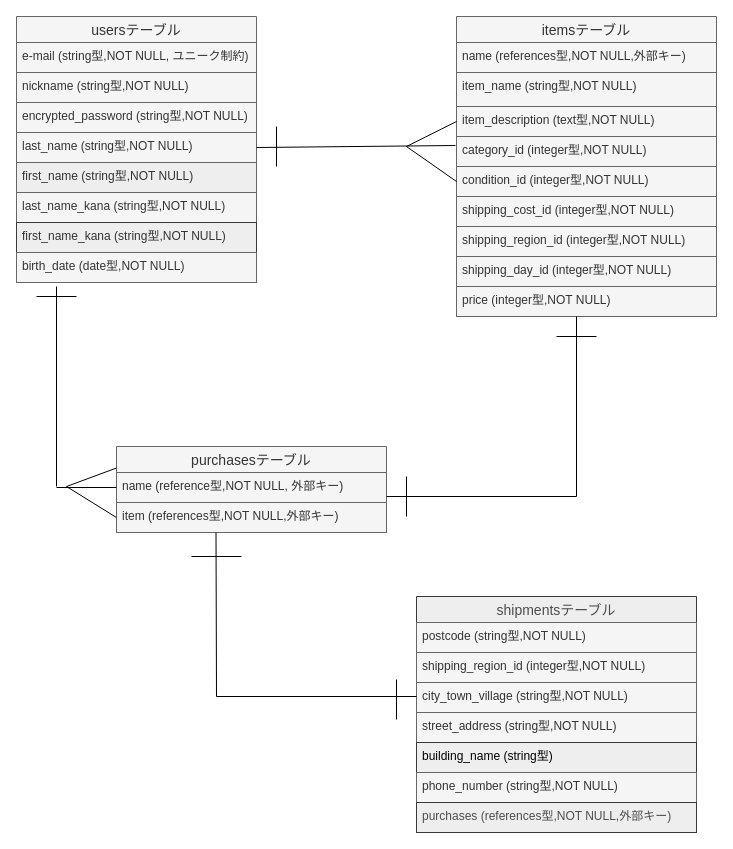
Above: er.dio in BR9-2020/furima-39597 (draw.io), before the change. Source tidied: cells renumbered, new cells numbered last; positions are measured from the earlier drawing's top-left corner, leaving out a move shared by most shapes. Both pictures are drawn from the tidied source at 100%, with x=0, y=0 at pixel (16, 16).
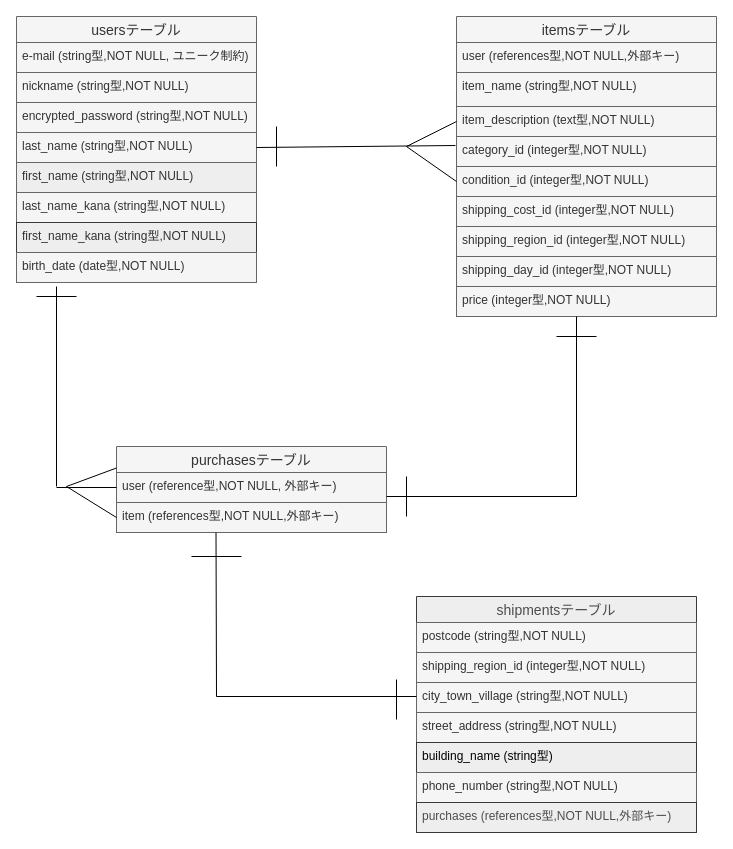
The same page after the edit.

The change refers to these unchanged cells:
```xml
<mxCell id="11" value="itemsテーブル" style="swimlane;fontStyle=0;horizontal=1;startSize=26;align=center;fontSize=14;fillColor=#f5f5f5;fontColor=#333333;strokeColor=#666666;" parent="1" vertex="1">
  <mxGeometry x="440" width="260" height="300" as="geometry" />
</mxCell>
<mxCell id="21" value="purchasesテーブル" style="swimlane;fontStyle=0;horizontal=1;startSize=26;align=center;fontSize=14;fillColor=#f5f5f5;fontColor=#333333;strokeColor=#666666;" parent="1" vertex="1">
  <mxGeometry x="100" y="430" width="270" height="86" as="geometry" />
</mxCell>
```

Change to the diagram source:
```diff
@@
-    <mxCell id="12" value="name (references型,NOT NULL,外部キー)" style="text;strokeColor=#666666;fillColor=#f5f5f5;spacingLeft=4;spacingRight=4;overflow=hidden;fontSize=12;fontColor=#333333;" parent="11" vertex="1">
+    <mxCell id="12" value="user (references型,NOT NULL,外部キー)" style="text;strokeColor=#666666;fillColor=#f5f5f5;spacingLeft=4;spacingRight=4;overflow=hidden;fontSize=12;fontColor=#333333;" parent="11" vertex="1">
       <mxGeometry y="26" width="260" height="30" as="geometry" />
     </mxCell>
@@
-    <mxCell id="22" value="name (reference型,NOT NULL, 外部キー)" style="text;strokeColor=#666666;fillColor=#f5f5f5;spacingLeft=4;spacingRight=4;overflow=hidden;points=[[0,0.5],[1,0.5]];portConstraint=eastwest;fontSize=12;fontColor=#333333;" parent="21" vertex="1">
+    <mxCell id="22" value="user (reference型,NOT NULL, 外部キー)" style="text;strokeColor=#666666;fillColor=#f5f5f5;spacingLeft=4;spacingRight=4;overflow=hidden;points=[[0,0.5],[1,0.5]];portConstraint=eastwest;fontSize=12;fontColor=#333333;" parent="21" vertex="1">
       <mxGeometry y="26" width="270" height="30" as="geometry" />
     </mxCell>
```
